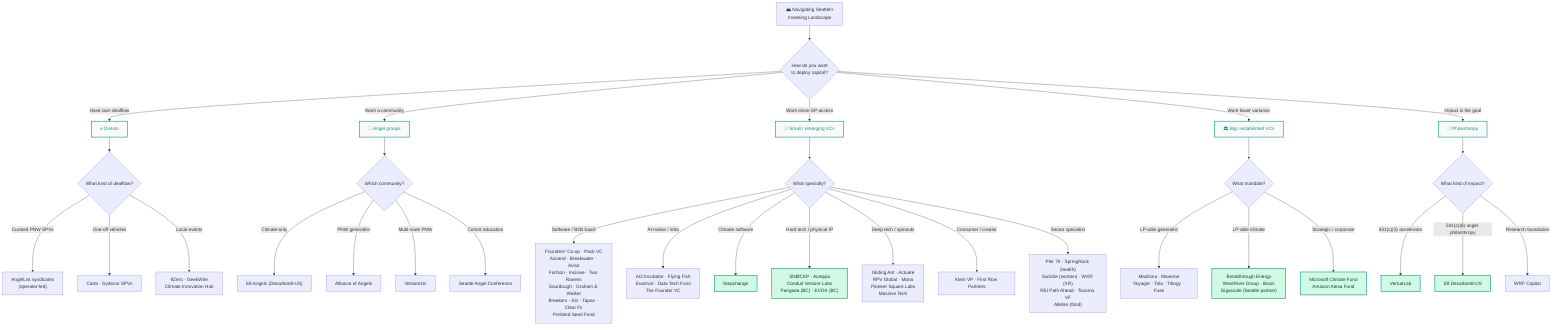
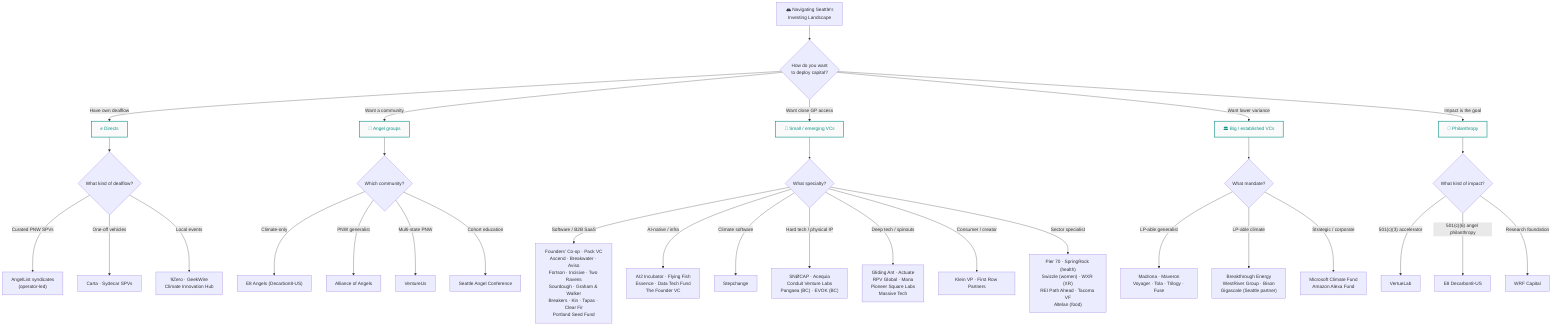
flowchart TD
    Start["🏔️ Navigating Seattle's<br/>Investing Landscape"] --> Q1{"How do you want<br/>to deploy capital?"}

    Q1 -->|"Have own dealflow"| DIRECT["✊ Directs"]
    Q1 -->|"Want a community"| ANGEL["🤝 Angel groups"]
    Q1 -->|"Want close GP access"| SMALL["🌱 Small / emerging VCs"]
    Q1 -->|"Want lower variance"| BIG["🏛️ Big / established VCs"]
    Q1 -->|"Impact is the goal"| PHIL["💚 Philanthropy"]

    DIRECT --> DQ{"What kind of dealflow?"}
    DQ -->|"Curated PNW SPVs"| D_SPV["AngelList syndicates<br/>(operator-led)"]
    DQ -->|"One-off vehicles"| D_CARTA["Carta · Sydecar SPVs"]
    DQ -->|"Local events"| D_9Z["9Zero · GeekWire<br/>Climate Innovation Hub"]

    ANGEL --> AQ{"Which community?"}
    AQ -->|"Climate-only"| A_E8["E8 Angels (Decarbon8-US)"]
    AQ -->|"PNW generalist"| A_AOA["Alliance of Angels"]
    AQ -->|"Multi-state PNW"| A_VU["VentureUs"]
    AQ -->|"Cohort education"| A_SAC["Seattle Angel Conference"]

    SMALL --> SQ{"What specialty?"}
    SQ -->|"Software / B2B SaaS"| S_SW["Founders' Co-op · Pack VC<br/>Ascend · Breakwater · Aviso<br/>Fortson · Incisive · Two Ravens<br/>Sourdough · Graham & Walker<br/>Breakers · Kin · Tapas · Clear Fir<br/>Portland Seed Fund"]
    SQ -->|"AI-native / infra"| S_AI["AI2 Incubator · Flying Fish<br/>Essence · Data Tech Fund<br/>The Founder VC"]
    SQ -->|"Climate software"| S_CSW["Stepchange"]
    SQ -->|"Hard tech / physical IP"| S_HT["SNØCAP · Acequia<br/>Conduit Venture Labs<br/>Pangaea (BC) · EVOK (BC)"]
    SQ -->|"Deep tech / spinouts"| S_DT["Gliding Ant · Actuate<br/>RPV Global · Mana<br/>Pioneer Square Labs<br/>Massive Tech"]
    SQ -->|"Consumer / creator"| S_CON["Klein VP · First Row Partners"]
    SQ -->|"Sector specialist"| S_SP["Pier 70 · SpringRock (health)<br/>Swizzle (women) · WXR (XR)<br/>REI Path Ahead · Tacoma VF<br/>Altelan (food)"]

    BIG --> BQ{"What mandate?"}
    BQ -->|"LP-able generalist"| B_GEN["Madrona · Maveron<br/>Voyager · Tola · Trilogy · Fuse"]
    BQ -->|"LP-able climate"| B_CL["Breakthrough Energy<br/>WestRiver Group · Bison<br/>Gigascale (Seattle partner)"]
    BQ -->|"Strategic / corporate"| B_ST["Microsoft Climate Fund<br/>Amazon Alexa Fund"]

    PHIL --> PQ{"What kind of impact?"}
    PQ -->|"501(c)(3) accelerator"| P_VL["VertueLab"]
    PQ -->|"501(c)(6) angel philanthropy"| P_E8D["E8 Decarbon8-US"]
    PQ -->|"Research foundation"| P_WRF["WRF Capital"]

-     classDef climate fill:#d1fae5,stroke:#0d9488,stroke-width:2px,color:#0f3a36
-     class S_CSW,S_HT,B_CL,B_ST,P_VL,P_E8D climate
    classDef interactive fill:#fafafa,stroke:#0d9488,stroke-width:2px,color:#0d9488
    class DIRECT,ANGEL,SMALL,BIG,PHIL interactive
